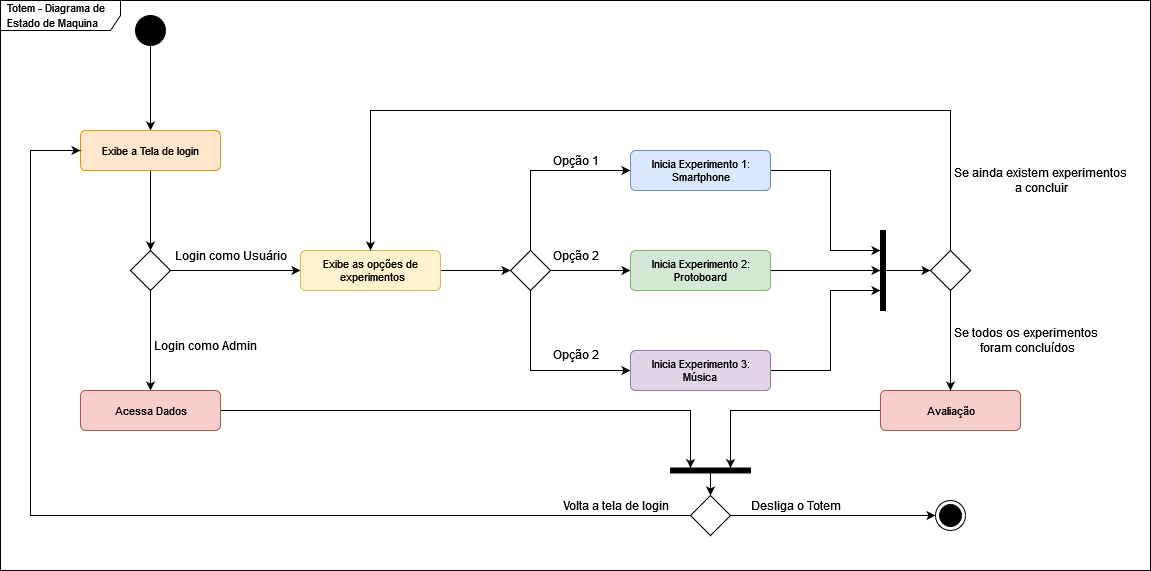
Earlier version of the draw.io export DiagramaDeEstadoDeMaquina.drawio.png (Osidious/PI1-2022-2). Source tidied: cells renumbered, new cells last; positions are measured from the earlier drawing's top-left corner, leaving out a move shared by most shapes. Source of this version:
```xml
<mxGraphModel>
  <root>
    <mxCell id="0" />
    <mxCell id="1" parent="0" />
    <mxCell id="2" value="&lt;font style=&quot;font-size: 11px;&quot;&gt;Totem - Diagrama de Estado de Maquina&lt;br&gt;&lt;/font&gt;" style="shape=umlFrame;whiteSpace=wrap;html=1;width=120;height=30;boundedLbl=1;verticalAlign=middle;align=left;spacingLeft=5;" parent="1" vertex="1">
      <mxGeometry width="1150" height="570" as="geometry" />
    </mxCell>
    <mxCell id="3" style="edgeStyle=orthogonalEdgeStyle;rounded=0;jettySize=auto;html=1;fontSize=11;" parent="1" edge="1" source="4" target="9">
      <mxGeometry relative="1" as="geometry" />
    </mxCell>
    <mxCell id="4" style="ellipse;fillColor=strokeColor;" parent="1" vertex="1">
      <mxGeometry x="135" y="15" width="30" height="30" as="geometry" />
    </mxCell>
    <mxCell id="5" style="edgeStyle=orthogonalEdgeStyle;rounded=0;jettySize=auto;html=1;fontSize=11;" parent="1" edge="1" source="7" target="11">
      <mxGeometry relative="1" as="geometry" />
    </mxCell>
    <mxCell id="6" style="edgeStyle=orthogonalEdgeStyle;rounded=0;jettySize=auto;html=1;fontSize=11;" parent="1" edge="1" source="7" target="15">
      <mxGeometry relative="1" as="geometry" />
    </mxCell>
    <mxCell id="7" style="rhombus;" parent="1" vertex="1">
      <mxGeometry x="130" y="250" width="40" height="40" as="geometry" />
    </mxCell>
    <mxCell id="8" style="edgeStyle=orthogonalEdgeStyle;rounded=0;jettySize=auto;html=1;fontSize=11;" parent="1" edge="1" source="9" target="7">
      <mxGeometry relative="1" as="geometry" />
    </mxCell>
    <mxCell id="9" value="Exibe a Tela de login" style="html=1;align=center;verticalAlign=middle;rounded=1;absoluteArcSize=1;arcSize=10;dashed=0;fontSize=11;fillColor=#ffe6cc;strokeColor=#d79b00;" parent="1" vertex="1">
      <mxGeometry x="80" y="130" width="140" height="40" as="geometry" />
    </mxCell>
    <mxCell id="10" style="edgeStyle=elbowEdgeStyle;rounded=0;jettySize=auto;html=1;fontSize=12;" parent="1" edge="1" source="11" target="43">
      <mxGeometry relative="1" as="geometry">
        <Array as="points">
          <mxPoint x="690" y="440" />
          <mxPoint x="710" y="450" />
        </Array>
      </mxGeometry>
    </mxCell>
    <mxCell id="11" value="Acessa Dados" style="html=1;align=center;verticalAlign=middle;rounded=1;absoluteArcSize=1;arcSize=10;dashed=0;fontSize=11;fillColor=#f8cecc;strokeColor=#b85450;" parent="1" vertex="1">
      <mxGeometry x="80" y="390" width="140" height="40" as="geometry" />
    </mxCell>
    <mxCell id="12" value="Login como Admin" style="text;html=1;align=center;verticalAlign=middle;strokeColor=none;fillColor=none;fontSize=12;" parent="1" vertex="1">
      <mxGeometry x="140" y="330" width="130" height="30" as="geometry" />
    </mxCell>
    <mxCell id="13" value="Login como Usuário" style="text;html=1;align=center;verticalAlign=middle;strokeColor=none;fillColor=none;fontSize=12;" parent="1" vertex="1">
      <mxGeometry x="160" y="240" width="140" height="30" as="geometry" />
    </mxCell>
    <mxCell id="14" style="edgeStyle=orthogonalEdgeStyle;rounded=0;jettySize=auto;html=1;fontSize=12;" parent="1" edge="1" source="15" target="19">
      <mxGeometry relative="1" as="geometry" />
    </mxCell>
    <mxCell id="15" value="&lt;div&gt;Exibe as opções de&lt;/div&gt;&lt;div&gt;&amp;nbsp;experimentos&lt;/div&gt;" style="html=1;align=center;verticalAlign=middle;rounded=1;absoluteArcSize=1;arcSize=10;dashed=0;fontSize=11;fillColor=#fff2cc;strokeColor=#d6b656;" parent="1" vertex="1">
      <mxGeometry x="300" y="250" width="140" height="40" as="geometry" />
    </mxCell>
    <mxCell id="16" style="edgeStyle=orthogonalEdgeStyle;rounded=0;jettySize=auto;html=1;fontSize=12;" parent="1" edge="1" source="19" target="21">
      <mxGeometry relative="1" as="geometry">
        <Array as="points">
          <mxPoint x="530" y="170" />
        </Array>
      </mxGeometry>
    </mxCell>
    <mxCell id="17" style="edgeStyle=orthogonalEdgeStyle;rounded=0;jettySize=auto;html=1;fontSize=12;" parent="1" edge="1" source="19" target="23">
      <mxGeometry relative="1" as="geometry" />
    </mxCell>
    <mxCell id="18" style="edgeStyle=orthogonalEdgeStyle;rounded=0;jettySize=auto;html=1;fontSize=12;" parent="1" edge="1" source="19" target="25">
      <mxGeometry relative="1" as="geometry">
        <Array as="points">
          <mxPoint x="530" y="370" />
        </Array>
      </mxGeometry>
    </mxCell>
    <mxCell id="19" style="rhombus;" parent="1" vertex="1">
      <mxGeometry x="510" y="250" width="40" height="40" as="geometry" />
    </mxCell>
    <mxCell id="20" style="edgeStyle=orthogonalEdgeStyle;rounded=0;jettySize=auto;html=1;fontSize=12;" parent="1" edge="1" source="21" target="45">
      <mxGeometry relative="1" as="geometry">
        <Array as="points">
          <mxPoint x="830" y="170" />
          <mxPoint x="830" y="250" />
        </Array>
      </mxGeometry>
    </mxCell>
    <mxCell id="21" value="&lt;div&gt;Inicia Experimento 1:&lt;/div&gt;&lt;div&gt;Smartphone&lt;/div&gt;" style="html=1;align=center;verticalAlign=middle;rounded=1;absoluteArcSize=1;arcSize=10;dashed=0;fontSize=11;fillColor=#dae8fc;strokeColor=#6c8ebf;" parent="1" vertex="1">
      <mxGeometry x="630" y="150" width="140" height="40" as="geometry" />
    </mxCell>
    <mxCell id="22" style="edgeStyle=elbowEdgeStyle;rounded=0;jettySize=auto;html=1;fontSize=12;elbow=vertical;" parent="1" edge="1" source="23" target="45">
      <mxGeometry relative="1" as="geometry">
        <Array as="points">
          <mxPoint x="860" y="270" />
        </Array>
      </mxGeometry>
    </mxCell>
    <mxCell id="23" value="Inicia Experimento 2:&lt;div&gt;Protoboard&lt;br&gt;&lt;/div&gt;" style="html=1;align=center;verticalAlign=middle;rounded=1;absoluteArcSize=1;arcSize=10;dashed=0;fontSize=11;fillColor=#d5e8d4;strokeColor=#82b366;" parent="1" vertex="1">
      <mxGeometry x="630" y="250" width="140" height="40" as="geometry" />
    </mxCell>
    <mxCell id="24" style="edgeStyle=orthogonalEdgeStyle;rounded=0;jettySize=auto;html=1;fontSize=12;" parent="1" edge="1" source="25" target="45">
      <mxGeometry relative="1" as="geometry">
        <Array as="points">
          <mxPoint x="830" y="370" />
          <mxPoint x="830" y="290" />
        </Array>
      </mxGeometry>
    </mxCell>
    <mxCell id="25" value="Inicia Experimento 3:&lt;div&gt;Música&lt;br&gt;&lt;/div&gt;" style="html=1;align=center;verticalAlign=middle;rounded=1;absoluteArcSize=1;arcSize=10;dashed=0;fontSize=11;fillColor=#e1d5e7;strokeColor=#9673a6;" parent="1" vertex="1">
      <mxGeometry x="630" y="350" width="140" height="40" as="geometry" />
    </mxCell>
    <mxCell id="26" style="ellipse;html=1;shape=endState;fillColor=strokeColor;fontSize=12;" parent="1" vertex="1">
      <mxGeometry x="935" y="500" width="30" height="30" as="geometry" />
    </mxCell>
    <mxCell id="27" style="edgeStyle=elbowEdgeStyle;rounded=0;jettySize=auto;html=1;fontSize=12;" parent="1" edge="1" source="28" target="43">
      <mxGeometry relative="1" as="geometry">
        <Array as="points">
          <mxPoint x="730" y="440" />
        </Array>
      </mxGeometry>
    </mxCell>
    <mxCell id="28" value="Avaliação" style="html=1;align=center;verticalAlign=middle;rounded=1;absoluteArcSize=1;arcSize=10;dashed=0;fontSize=11;fillColor=#f8cecc;strokeColor=#b85450;" parent="1" vertex="1">
      <mxGeometry x="880" y="390" width="140" height="40" as="geometry" />
    </mxCell>
    <mxCell id="29" value="Opção 1" style="text;html=1;align=center;verticalAlign=middle;strokeColor=none;fillColor=none;fontSize=12;" parent="1" vertex="1">
      <mxGeometry x="540" y="145" width="70" height="30" as="geometry" />
    </mxCell>
    <mxCell id="30" value="Opção 2" style="text;html=1;align=center;verticalAlign=middle;strokeColor=none;fillColor=none;fontSize=12;" parent="1" vertex="1">
      <mxGeometry x="540" y="339" width="70" height="30" as="geometry" />
    </mxCell>
    <mxCell id="31" value="Opção 2" style="text;html=1;align=center;verticalAlign=middle;strokeColor=none;fillColor=none;fontSize=12;" parent="1" vertex="1">
      <mxGeometry x="540" y="240" width="70" height="30" as="geometry" />
    </mxCell>
    <mxCell id="32" style="edgeStyle=elbowEdgeStyle;rounded=0;jettySize=auto;html=1;fontSize=12;" parent="1" edge="1" source="34" target="15">
      <mxGeometry relative="1" as="geometry">
        <Array as="points">
          <mxPoint x="650" y="110" />
        </Array>
      </mxGeometry>
    </mxCell>
    <mxCell id="33" style="edgeStyle=elbowEdgeStyle;rounded=0;jettySize=auto;html=1;fontSize=12;" parent="1" edge="1" source="34" target="28">
      <mxGeometry relative="1" as="geometry" />
    </mxCell>
    <mxCell id="34" style="rhombus;" parent="1" vertex="1">
      <mxGeometry x="930" y="250" width="40" height="40" as="geometry" />
    </mxCell>
    <mxCell id="35" value="&lt;div&gt;Se todos os experimentos&lt;/div&gt;&lt;div&gt;&amp;nbsp;foram concluídos&lt;/div&gt;" style="text;html=1;align=center;verticalAlign=middle;strokeColor=none;fillColor=none;fontSize=12;" parent="1" vertex="1">
      <mxGeometry x="940" y="320" width="170" height="40" as="geometry" />
    </mxCell>
    <mxCell id="36" value="&lt;div&gt;Se ainda existem experimentos&lt;/div&gt;&lt;div&gt;&amp;nbsp;a concluir&lt;br&gt;&lt;/div&gt;" style="text;html=1;align=center;verticalAlign=middle;strokeColor=none;fillColor=none;fontSize=12;" parent="1" vertex="1">
      <mxGeometry x="940" y="160" width="200" height="40" as="geometry" />
    </mxCell>
    <mxCell id="37" style="edgeStyle=elbowEdgeStyle;rounded=0;jettySize=auto;html=1;fontSize=12;" parent="1" edge="1" source="39" target="26">
      <mxGeometry relative="1" as="geometry" />
    </mxCell>
    <mxCell id="38" style="edgeStyle=elbowEdgeStyle;rounded=0;jettySize=auto;html=1;fontSize=12;" parent="1" edge="1" source="39" target="9">
      <mxGeometry relative="1" as="geometry">
        <Array as="points">
          <mxPoint x="30" y="470" />
        </Array>
      </mxGeometry>
    </mxCell>
    <mxCell id="39" style="rhombus;" parent="1" vertex="1">
      <mxGeometry x="690" y="495" width="40" height="40" as="geometry" />
    </mxCell>
    <mxCell id="40" value="Desliga o Totem" style="text;html=1;align=center;verticalAlign=middle;strokeColor=none;fillColor=none;fontSize=12;" parent="1" vertex="1">
      <mxGeometry x="740" y="490" width="110" height="30" as="geometry" />
    </mxCell>
    <mxCell id="41" value="Volta a tela de login" style="text;html=1;align=center;verticalAlign=middle;strokeColor=none;fillColor=none;fontSize=12;" parent="1" vertex="1">
      <mxGeometry x="550" y="490" width="130" height="30" as="geometry" />
    </mxCell>
    <mxCell id="42" style="edgeStyle=elbowEdgeStyle;rounded=0;jettySize=auto;html=1;entryX=0.5;entryY=0;entryDx=0;entryDy=0;fontSize=12;" parent="1" edge="1" source="43" target="39">
      <mxGeometry relative="1" as="geometry" />
    </mxCell>
    <mxCell id="43" style="html=1;points=[];perimeter=orthogonalPerimeter;fillColor=strokeColor;fontSize=12;rotation=90;" parent="1" vertex="1">
      <mxGeometry x="707.5" y="430" width="5" height="80" as="geometry" />
    </mxCell>
    <mxCell id="44" style="edgeStyle=orthogonalEdgeStyle;rounded=0;jettySize=auto;html=1;fontSize=12;" parent="1" edge="1" source="45" target="34">
      <mxGeometry relative="1" as="geometry" />
    </mxCell>
    <mxCell id="45" style="html=1;points=[];perimeter=orthogonalPerimeter;fillColor=strokeColor;fontSize=12;rotation=0;" parent="1" vertex="1">
      <mxGeometry x="880" y="230" width="5" height="80" as="geometry" />
    </mxCell>
  </root>
</mxGraphModel>
```
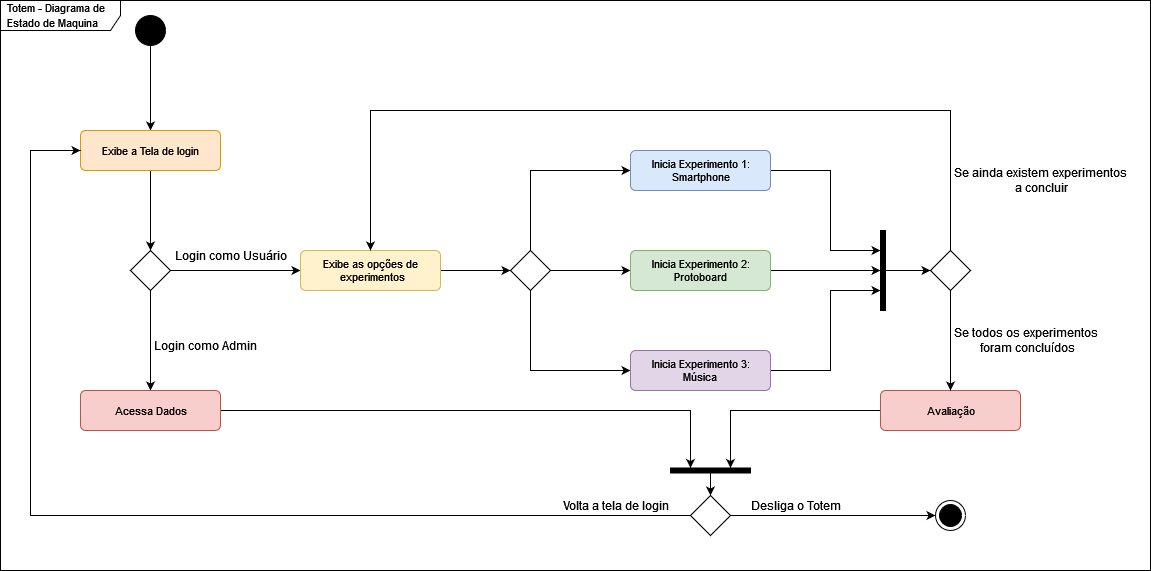
The same diagram one commit later.

The edit, as a diff of the source:
```diff
@@ -114,15 +114,6 @@
     <mxCell id="28" value="Avaliação" style="html=1;align=center;verticalAlign=middle;rounded=1;absoluteArcSize=1;arcSize=10;dashed=0;fontSize=11;fillColor=#f8cecc;strokeColor=#b85450;" parent="1" vertex="1">
       <mxGeometry x="880" y="390" width="140" height="40" as="geometry" />
     </mxCell>
-    <mxCell id="29" value="Opção 1" style="text;html=1;align=center;verticalAlign=middle;strokeColor=none;fillColor=none;fontSize=12;" parent="1" vertex="1">
-      <mxGeometry x="540" y="145" width="70" height="30" as="geometry" />
-    </mxCell>
-    <mxCell id="30" value="Opção 2" style="text;html=1;align=center;verticalAlign=middle;strokeColor=none;fillColor=none;fontSize=12;" parent="1" vertex="1">
-      <mxGeometry x="540" y="339" width="70" height="30" as="geometry" />
-    </mxCell>
-    <mxCell id="31" value="Opção 2" style="text;html=1;align=center;verticalAlign=middle;strokeColor=none;fillColor=none;fontSize=12;" parent="1" vertex="1">
-      <mxGeometry x="540" y="240" width="70" height="30" as="geometry" />
-    </mxCell>
     <mxCell id="32" style="edgeStyle=elbowEdgeStyle;rounded=0;jettySize=auto;html=1;fontSize=12;" parent="1" edge="1" source="34" target="15">
       <mxGeometry relative="1" as="geometry">
         <Array as="points">
```
